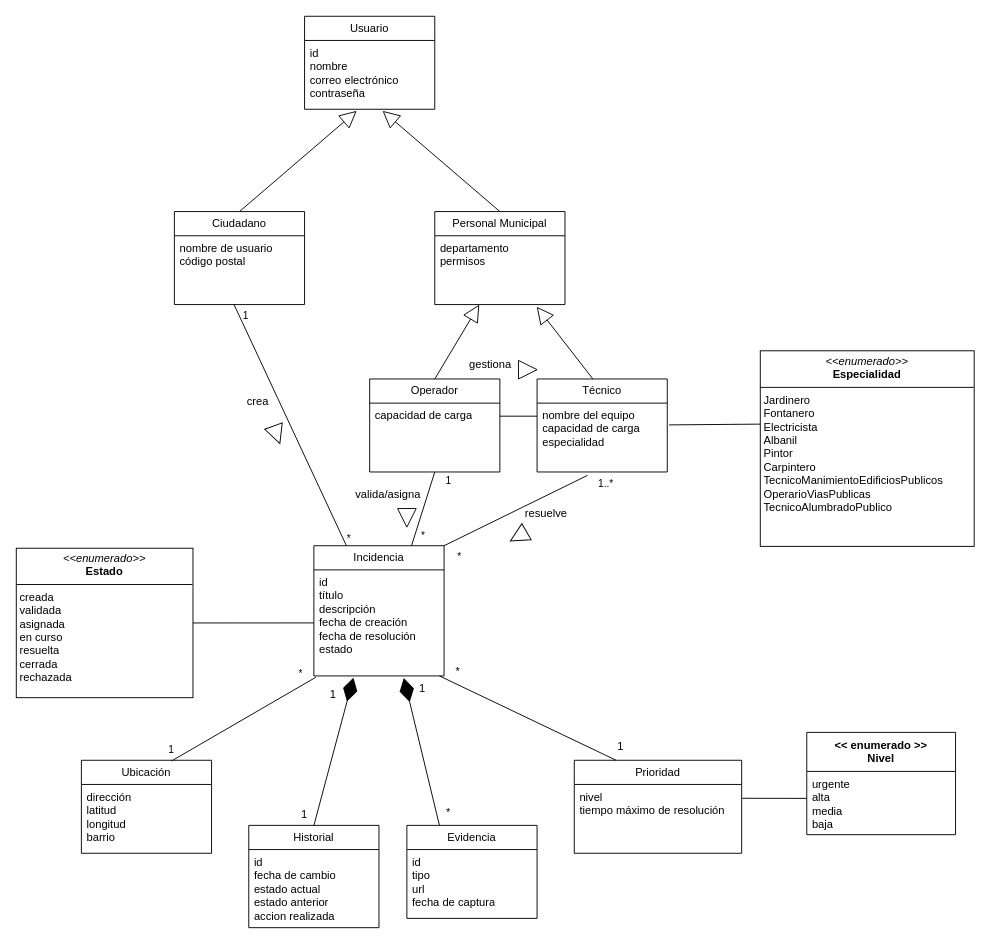
javimoralesg/UrbanDesk keeps this draw.io diagram as Diagrams/Diagrama_Modelo_de_datos_v3.drawio. Above is the earlier version. Source tidied: cells renumbered, new cells numbered last; positions are measured from the earlier drawing's top-left corner, leaving out a move shared by most shapes. Both pictures are drawn from the tidied source at 93%, with x=0, y=0 at pixel (16, 16).
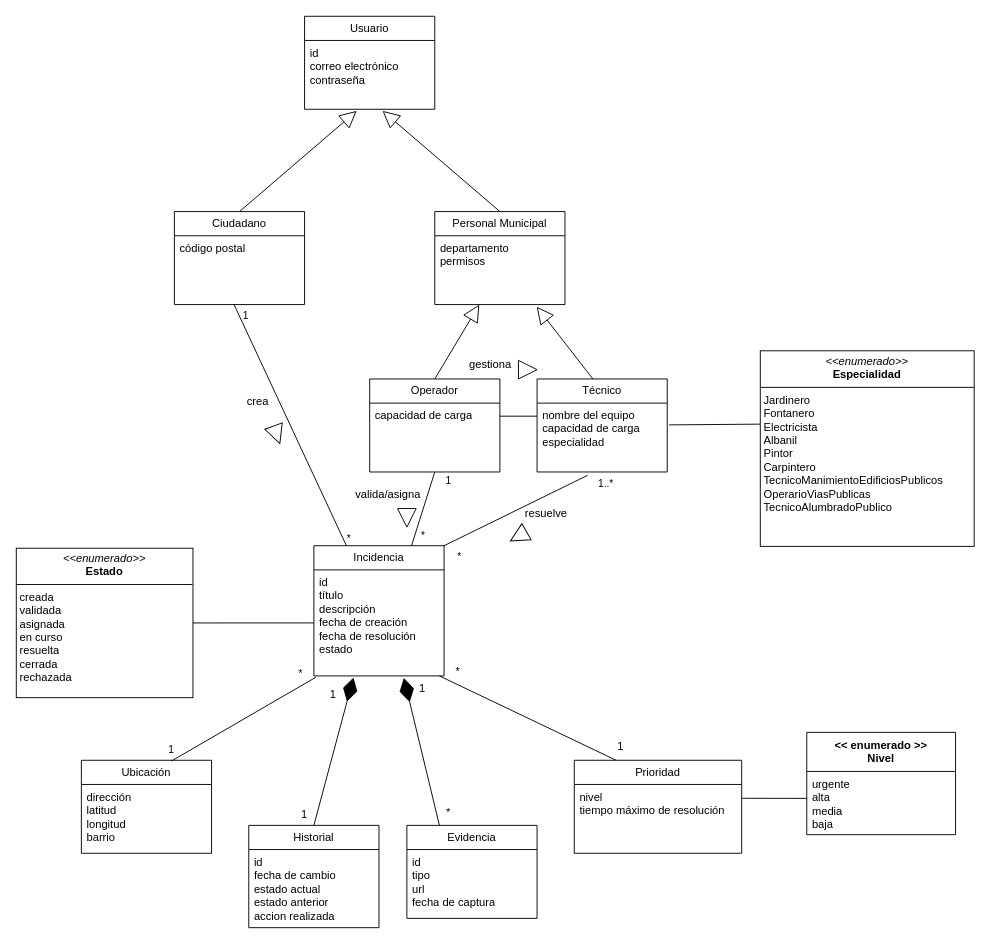
After the change.

Commit message:
actualizar diagrama de modelo de datos

Unchanged cells that the change refers to:
```xml
<mxCell id="2" value="Usuario" style="swimlane;fontStyle=0;horizontal=1;startSize=26;fillColor=none;whiteSpace=wrap;html=1;" parent="1" vertex="1">
  <mxGeometry x="310" width="140" height="100" as="geometry" />
</mxCell>
<mxCell id="4" value="Ciudadano" style="swimlane;fontStyle=0;horizontal=1;startSize=26;fillColor=none;whiteSpace=wrap;html=1;" parent="1" vertex="1">
  <mxGeometry x="170" y="210" width="140" height="100" as="geometry" />
</mxCell>
```

Change to the diagram source:
```diff
@@
-    <mxCell id="3" value="id&lt;div&gt;nombre&lt;/div&gt;&lt;div&gt;correo electrónico&lt;/div&gt;&lt;div&gt;contraseña&lt;/div&gt;" style="text;strokeColor=none;fillColor=none;align=left;verticalAlign=top;spacingLeft=4;spacingRight=4;overflow=hidden;points=[[0,0.5],[1,0.5]];portConstraint=eastwest;whiteSpace=wrap;html=1;" parent="2" vertex="1">
+    <mxCell id="3" value="id&lt;div&gt;correo electrónico&lt;/div&gt;&lt;div&gt;contraseña&lt;/div&gt;" style="text;strokeColor=none;fillColor=none;align=left;verticalAlign=top;spacingLeft=4;spacingRight=4;overflow=hidden;points=[[0,0.5],[1,0.5]];portConstraint=eastwest;whiteSpace=wrap;html=1;" parent="2" vertex="1">
       <mxGeometry y="26" width="140" height="74" as="geometry" />
     </mxCell>
@@
-    <mxCell id="5" value="nombre de usuario&lt;div&gt;código postal&lt;/div&gt;" style="text;strokeColor=none;fillColor=none;align=left;verticalAlign=top;spacingLeft=4;spacingRight=4;overflow=hidden;points=[[0,0.5],[1,0.5]];portConstraint=eastwest;whiteSpace=wrap;html=1;" parent="4" vertex="1">
+    <mxCell id="5" value="&lt;div&gt;código postal&lt;/div&gt;" style="text;strokeColor=none;fillColor=none;align=left;verticalAlign=top;spacingLeft=4;spacingRight=4;overflow=hidden;points=[[0,0.5],[1,0.5]];portConstraint=eastwest;whiteSpace=wrap;html=1;" parent="4" vertex="1">
       <mxGeometry y="26" width="140" height="74" as="geometry" />
     </mxCell>
```
